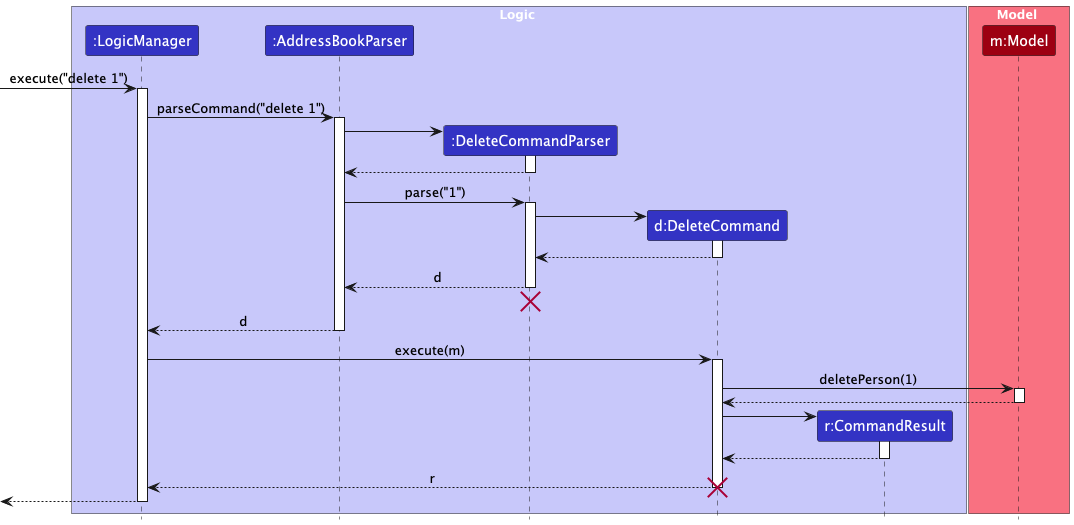
This is docs/images/DeleteSequenceDiagram.png from nus-cs2103-AY2425S1/tp, a PlantUML export, as it was before one commit.
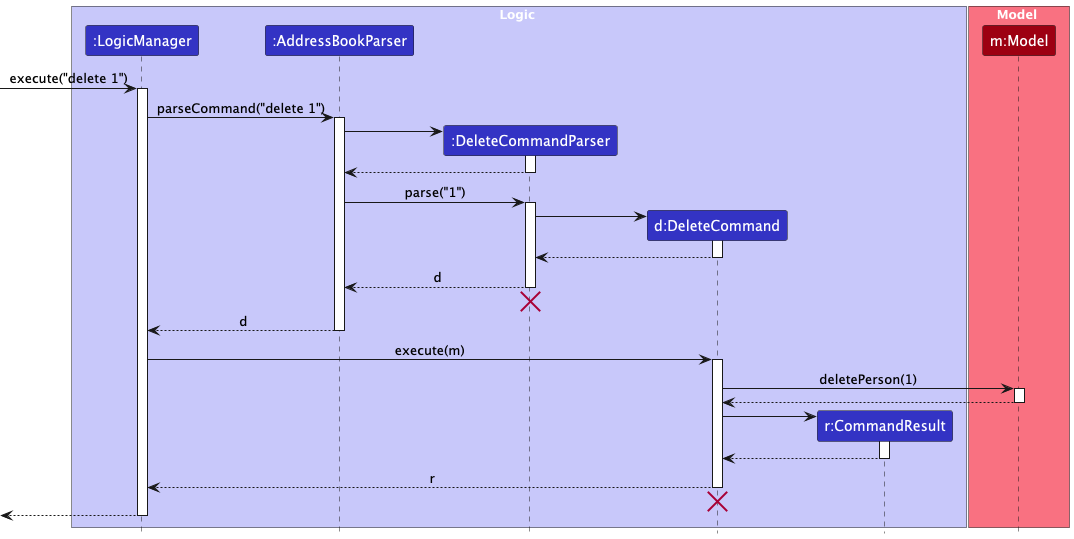
Later version of the same file.

What changed in the source:
```diff
@@ -63,6 +63,7 @@
 
 DeleteCommand --> LogicManager : r
 deactivate DeleteCommand
+DeleteCommand -[hidden]-> LogicManager
 destroy DeleteCommand
 
 [<-- LogicManager
```
